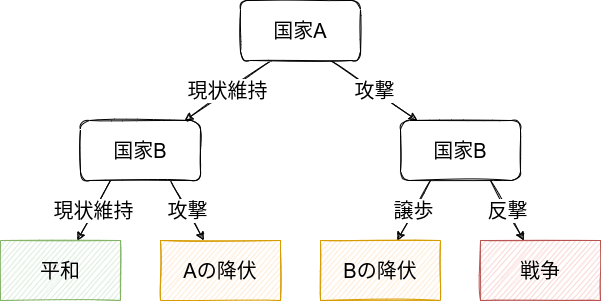
This is docs/figures/reassurance.drawio.png from shohei-doi/intro_polisci, a draw.io export, as it was before one commit. Source tidied: cells renumbered, new cells last; positions are measured from the earlier drawing's top-left corner, leaving out a move shared by most shapes.
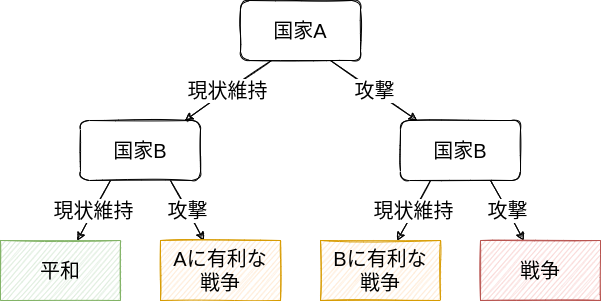
Later version of the same file.

The edit, as a diff of the source:
```diff
@@ -14,35 +14,35 @@
     <mxCell id="4" value="&lt;font style=&quot;font-size: 20px&quot;&gt;国家A&lt;/font&gt;" style="whiteSpace=wrap;html=1;sketch=1;rounded=1;" parent="1" vertex="1">
       <mxGeometry x="240" width="120" height="60" as="geometry" />
     </mxCell>
-    <mxCell id="5" value="譲歩" style="edgeStyle=none;sketch=1;html=1;exitX=0.25;exitY=1;exitDx=0;exitDy=0;fontSize=20;" parent="1" edge="1" source="7" target="8">
-      <mxGeometry relative="1" as="geometry" />
-    </mxCell>
+    <mxCell id="15" value="現状維持" style="edgeStyle=none;sketch=1;html=1;exitX=0.25;exitY=1;exitDx=0;exitDy=0;fontSize=20;" parent="1" edge="1" source="7" target="16">
+      <mxGeometry relative="1" as="geometry" />
+    </mxCell>
-    <mxCell id="6" value="反撃" style="edgeStyle=none;sketch=1;html=1;exitX=0.75;exitY=1;exitDx=0;exitDy=0;fontSize=20;" parent="1" edge="1" source="7" target="9">
+    <mxCell id="6" value="攻撃" style="edgeStyle=none;sketch=1;html=1;exitX=0.75;exitY=1;exitDx=0;exitDy=0;fontSize=20;" parent="1" edge="1" source="7" target="9">
       <mxGeometry relative="1" as="geometry" />
     </mxCell>
     <mxCell id="7" value="&lt;font style=&quot;font-size: 20px&quot;&gt;国家B&lt;/font&gt;" style="whiteSpace=wrap;html=1;sketch=1;rounded=1;" parent="1" vertex="1">
       <mxGeometry x="400" y="120" width="120" height="60" as="geometry" />
     </mxCell>
-    <mxCell id="8" value="Bの降伏" style="whiteSpace=wrap;html=1;rounded=0;sketch=1;fontSize=20;fillColor=#ffe6cc;strokeColor=#d79b00;" parent="1" vertex="1">
-      <mxGeometry x="320" y="240" width="120" height="60" as="geometry" />
-    </mxCell>
+    <mxCell id="16" value="Bに有利な&lt;br&gt;戦争" style="whiteSpace=wrap;html=1;rounded=0;sketch=1;fontSize=20;fillColor=#ffe6cc;strokeColor=#d79b00;" parent="1" vertex="1">
+      <mxGeometry x="320" y="240" width="120" height="60" as="geometry" />
+    </mxCell>
     <mxCell id="9" value="戦争" style="whiteSpace=wrap;html=1;rounded=0;sketch=1;fontSize=20;fillColor=#f8cecc;strokeColor=#b85450;" parent="1" vertex="1">
       <mxGeometry x="480" y="240" width="120" height="60" as="geometry" />
     </mxCell>
     <mxCell id="10" value="現状維持" style="edgeStyle=none;sketch=1;html=1;exitX=0.25;exitY=1;exitDx=0;exitDy=0;fontSize=20;" parent="1" edge="1" source="12" target="13">
       <mxGeometry relative="1" as="geometry" />
     </mxCell>
-    <mxCell id="11" value="攻撃" style="edgeStyle=none;sketch=1;html=1;exitX=0.75;exitY=1;exitDx=0;exitDy=0;fontSize=20;" parent="1" edge="1" source="12" target="14">
-      <mxGeometry relative="1" as="geometry" />
-    </mxCell>
+    <mxCell id="17" value="攻撃" style="edgeStyle=none;sketch=1;html=1;exitX=0.75;exitY=1;exitDx=0;exitDy=0;fontSize=20;" parent="1" edge="1" source="12" target="18">
+      <mxGeometry relative="1" as="geometry" />
+    </mxCell>
     <mxCell id="12" value="&lt;font style=&quot;font-size: 20px&quot;&gt;国家B&lt;/font&gt;" style="whiteSpace=wrap;html=1;sketch=1;rounded=1;" parent="1" vertex="1">
       <mxGeometry x="80" y="120" width="120" height="60" as="geometry" />
     </mxCell>
     <mxCell id="13" value="平和" style="whiteSpace=wrap;html=1;rounded=0;sketch=1;fontSize=20;fillColor=#d5e8d4;strokeColor=#82b366;" parent="1" vertex="1">
       <mxGeometry y="240" width="120" height="60" as="geometry" />
     </mxCell>
-    <mxCell id="14" value="Aの降伏" style="whiteSpace=wrap;html=1;rounded=0;sketch=1;fontSize=20;fillColor=#ffe6cc;strokeColor=#d79b00;" parent="1" vertex="1">
-      <mxGeometry x="160" y="240" width="120" height="60" as="geometry" />
-    </mxCell>
+    <mxCell id="18" value="Aに有利な&lt;br&gt;戦争" style="whiteSpace=wrap;html=1;rounded=0;sketch=1;fontSize=20;fillColor=#ffe6cc;strokeColor=#d79b00;" parent="1" vertex="1">
+      <mxGeometry x="160" y="240" width="120" height="60" as="geometry" />
+    </mxCell>
   </root>
 </mxGraphModel>
```
